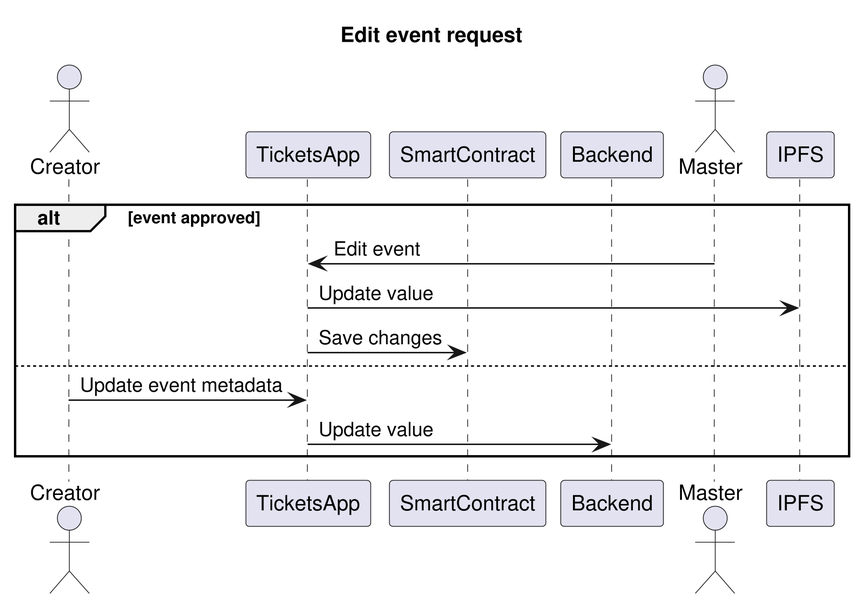
Above: img/edit-event-request.png in ai-shift/cyber-valley-tickets (PlantUML), before the change.
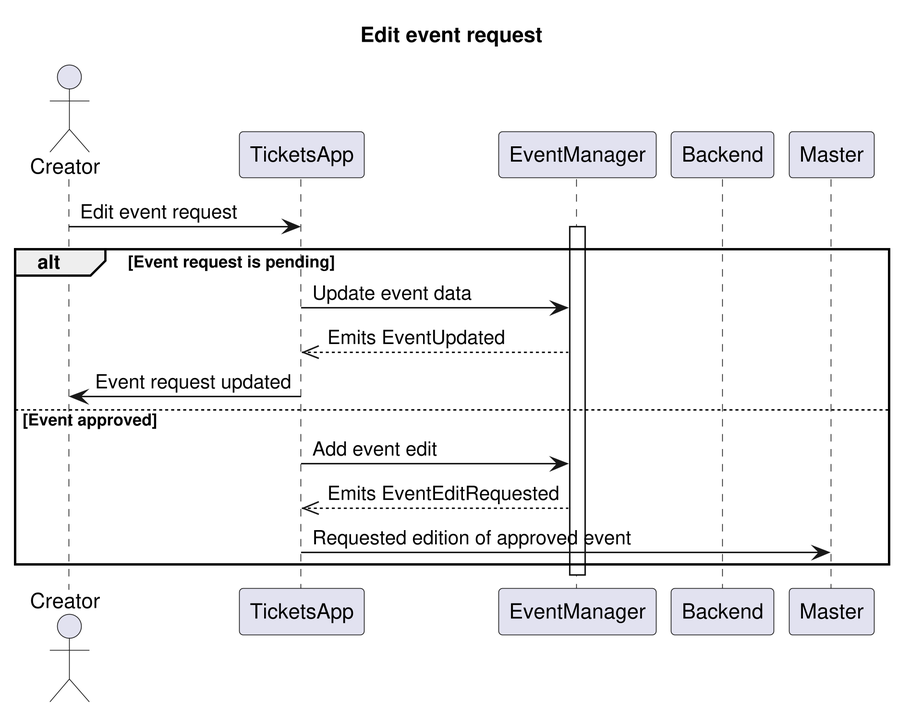
Above is the later version.

Diff of the diagram source:
```diff
@@ -4,16 +4,19 @@
 
 actor Creator
 participant TicketsApp
-participant SmartContract
+participant EventManager
 participant Backend
-actor Master
 
-alt event approved
-  Master -> TicketsApp: Edit event
-  TicketsApp -> IPFS: Update value
-  TicketsApp -> SmartContract: Save changes
-else
-  Creator -> TicketsApp: Update event metadata
-  TicketsApp -> Backend: Update value
+Creator -> TicketsApp: Edit event request
+activate EventManager
+alt Event request is pending
+  TicketsApp -> EventManager: Update event data
+  EventManager -->> TicketsApp: Emits EventUpdated
+  TicketsApp -> Creator: Event request updated
+else Event approved
+  TicketsApp -> EventManager: Add event edit
+  EventManager -->> TicketsApp: Emits EventEditRequested
+  TicketsApp -> Master: Requested edition of approved event
 end
+deactivate EventManager
 @enduml
```
